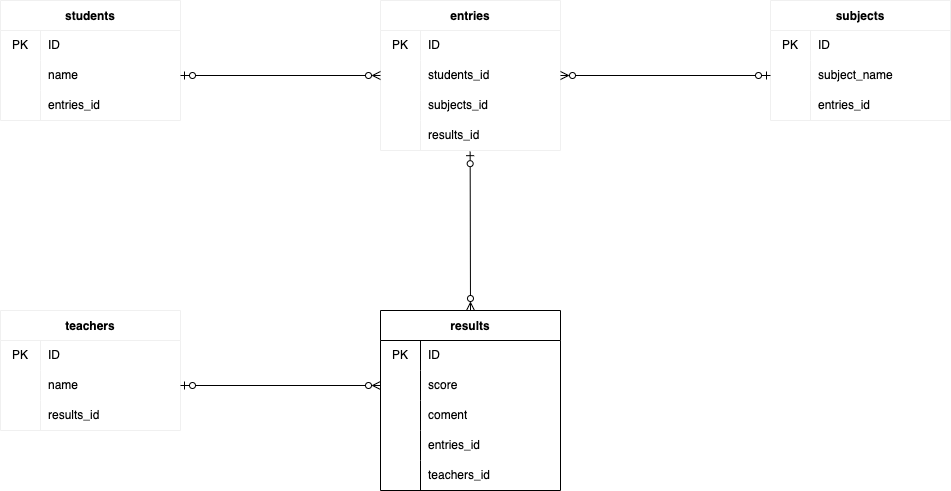
This is index.drawio.png from miharashiya/er-practice, a draw.io export, as it was before one commit. Source tidied: cells renumbered, new cells last; positions are measured from the earlier drawing's top-left corner, leaving out a move shared by most shapes.
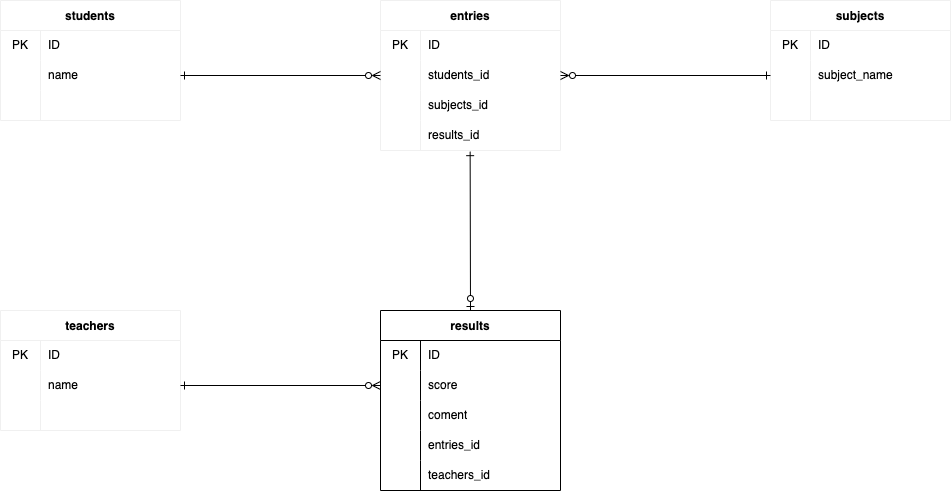
The same file after the commit.

Commit message:
カーディナリティの修正

The edit, as a diff of the source:
```diff
@@ -41,7 +41,7 @@
     <mxCell id="12" style="shape=partialRectangle;html=1;whiteSpace=wrap;fillColor=none;top=0;left=0;bottom=0;right=0;overflow=hidden;strokeColor=#F0F0F0;rounded=0;" parent="11" vertex="1">
       <mxGeometry width="40" height="30" as="geometry" />
     </mxCell>
-    <mxCell id="13" value="entries_id" style="shape=partialRectangle;html=1;whiteSpace=wrap;fillColor=none;top=0;left=0;bottom=0;right=0;align=left;spacingLeft=6;overflow=hidden;strokeColor=#F0F0F0;rounded=0;" parent="11" vertex="1">
+    <mxCell id="13" style="shape=partialRectangle;html=1;whiteSpace=wrap;fillColor=none;top=0;left=0;bottom=0;right=0;align=left;spacingLeft=6;overflow=hidden;strokeColor=#F0F0F0;rounded=0;" parent="11" vertex="1">
       <mxGeometry x="40" width="140" height="30" as="geometry" />
     </mxCell>
     <mxCell id="14" value="entries" style="shape=table;startSize=30;rowLines=0;fontStyle=1;strokeColor=#F0F0F0;rounded=0;" parent="1" vertex="1">
@@ -110,7 +110,7 @@
     <mxCell id="35" style="shape=partialRectangle;html=1;whiteSpace=wrap;fillColor=none;top=0;left=0;bottom=0;right=0;overflow=hidden;strokeColor=#F0F0F0;rounded=0;" parent="34" vertex="1">
       <mxGeometry width="40" height="30" as="geometry" />
     </mxCell>
-    <mxCell id="36" value="entries_id" style="shape=partialRectangle;html=1;whiteSpace=wrap;fillColor=none;top=0;left=0;bottom=0;right=0;align=left;spacingLeft=6;overflow=hidden;strokeColor=#F0F0F0;rounded=0;" parent="34" vertex="1">
+    <mxCell id="36" style="shape=partialRectangle;html=1;whiteSpace=wrap;fillColor=none;top=0;left=0;bottom=0;right=0;align=left;spacingLeft=6;overflow=hidden;strokeColor=#F0F0F0;rounded=0;" parent="34" vertex="1">
       <mxGeometry x="40" width="140" height="30" as="geometry" />
     </mxCell>
     <mxCell id="37" value="teachers" style="shape=table;startSize=30;rowLines=0;fontStyle=1;strokeColor=#F0F0F0;rounded=0;" parent="1" vertex="1">
@@ -140,19 +140,19 @@
     <mxCell id="45" style="shape=partialRectangle;html=1;whiteSpace=wrap;fillColor=none;top=0;left=0;bottom=0;right=0;overflow=hidden;strokeColor=#F0F0F0;rounded=0;" parent="44" vertex="1">
       <mxGeometry width="40" height="30" as="geometry" />
     </mxCell>
-    <mxCell id="46" value="results_id" style="shape=partialRectangle;html=1;whiteSpace=wrap;fillColor=none;top=0;left=0;bottom=0;right=0;align=left;spacingLeft=6;overflow=hidden;strokeColor=#F0F0F0;rounded=0;" parent="44" vertex="1">
+    <mxCell id="46" style="shape=partialRectangle;html=1;whiteSpace=wrap;fillColor=none;top=0;left=0;bottom=0;right=0;align=left;spacingLeft=6;overflow=hidden;strokeColor=#F0F0F0;rounded=0;" parent="44" vertex="1">
       <mxGeometry x="40" width="140" height="30" as="geometry" />
     </mxCell>
-    <mxCell id="47" style="edgeStyle=none;html=1;exitX=1;exitY=0.5;exitDx=0;exitDy=0;entryX=0;entryY=0.5;entryDx=0;entryDy=0;startArrow=ERzeroToOne;startFill=0;endArrow=ERzeroToMany;endFill=0;" parent="1" edge="1" source="8" target="18">
+    <mxCell id="47" style="edgeStyle=none;html=1;exitX=1;exitY=0.5;exitDx=0;exitDy=0;entryX=0;entryY=0.5;entryDx=0;entryDy=0;startArrow=ERone;startFill=0;endArrow=ERzeroToMany;endFill=0;" parent="1" edge="1" source="8" target="18">
       <mxGeometry relative="1" as="geometry" />
     </mxCell>
-    <mxCell id="48" style="edgeStyle=none;html=1;exitX=1;exitY=0.5;exitDx=0;exitDy=0;entryX=0;entryY=0.5;entryDx=0;entryDy=0;startArrow=ERzeroToMany;startFill=0;endArrow=ERzeroToOne;endFill=0;" parent="1" edge="1" source="18" target="31">
+    <mxCell id="48" style="edgeStyle=none;html=1;exitX=1;exitY=0.5;exitDx=0;exitDy=0;entryX=0;entryY=0.5;entryDx=0;entryDy=0;startArrow=ERzeroToMany;startFill=0;endArrow=ERone;endFill=0;" parent="1" edge="1" source="18" target="31">
       <mxGeometry relative="1" as="geometry" />
     </mxCell>
-    <mxCell id="49" style="edgeStyle=none;html=1;exitX=0.5;exitY=0;exitDx=0;exitDy=0;entryX=0.492;entryY=1.039;entryDx=0;entryDy=0;entryPerimeter=0;startArrow=ERzeroToMany;startFill=0;endArrow=ERzeroToOne;endFill=0;" parent="1" edge="1" source="51" target="x">
+    <mxCell id="49" style="edgeStyle=none;html=1;exitX=0.5;exitY=0;exitDx=0;exitDy=0;entryX=0.492;entryY=1.039;entryDx=0;entryDy=0;entryPerimeter=0;startArrow=ERzeroToMany;startFill=0;endArrow=ERzeroToOne;endFill=0;" parent="1" edge="1" source="51">
       <mxGeometry relative="1" as="geometry" />
     </mxCell>
-    <mxCell id="50" style="edgeStyle=none;html=1;exitX=0.5;exitY=0;exitDx=0;exitDy=0;entryX=0.498;entryY=1.039;entryDx=0;entryDy=0;entryPerimeter=0;startArrow=ERzeroToMany;startFill=0;endArrow=ERzeroToOne;endFill=0;" parent="1" edge="1" source="51" target="24">
+    <mxCell id="50" style="edgeStyle=none;html=1;exitX=0.5;exitY=0;exitDx=0;exitDy=0;entryX=0.498;entryY=1.039;entryDx=0;entryDy=0;entryPerimeter=0;startArrow=ERzeroToOne;startFill=0;endArrow=ERone;endFill=0;" parent="1" edge="1" source="51" target="24">
       <mxGeometry relative="1" as="geometry" />
     </mxCell>
     <mxCell id="51" value="results" style="shape=table;startSize=30;rowLines=0;fontStyle=1;" parent="1" vertex="1">
@@ -203,7 +203,7 @@
     <mxCell id="66" value="teachers_id" style="shape=partialRectangle;html=1;whiteSpace=wrap;fillColor=none;top=0;left=0;bottom=0;right=0;align=left;spacingLeft=6;overflow=hidden;" parent="64" vertex="1">
       <mxGeometry x="40" width="140" height="30" as="geometry" />
     </mxCell>
-    <mxCell id="67" style="edgeStyle=none;html=1;exitX=1;exitY=0.5;exitDx=0;exitDy=0;entryX=0;entryY=0.5;entryDx=0;entryDy=0;startArrow=ERzeroToOne;startFill=0;endArrow=ERzeroToMany;endFill=0;" parent="1" edge="1" source="41" target="55">
+    <mxCell id="67" style="edgeStyle=none;html=1;exitX=1;exitY=0.5;exitDx=0;exitDy=0;entryX=0;entryY=0.5;entryDx=0;entryDy=0;startArrow=ERone;startFill=0;endArrow=ERzeroToMany;endFill=0;" parent="1" edge="1" source="41" target="55">
       <mxGeometry relative="1" as="geometry" />
     </mxCell>
   </root>
```
